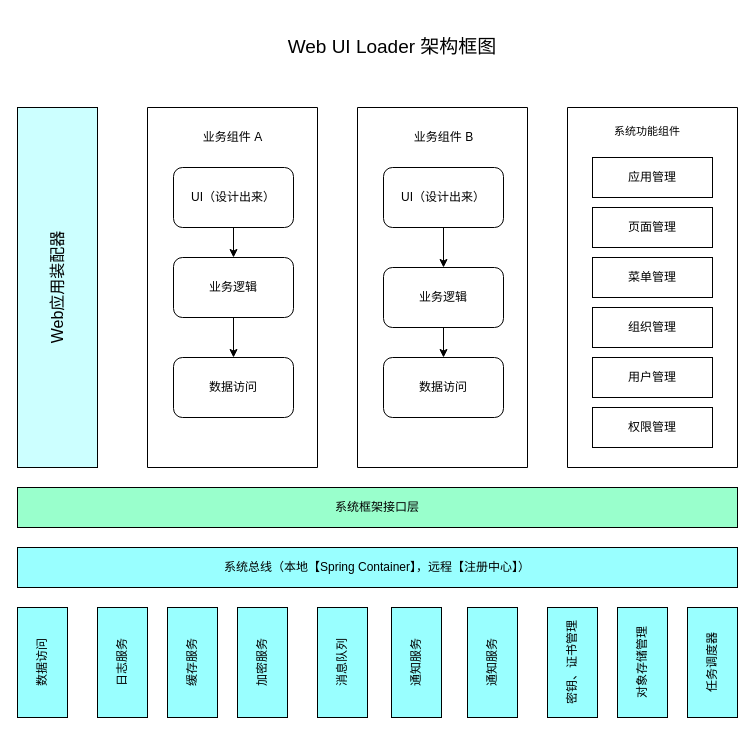
Before: project01/Untitled Diagram.drawio in wilson9898/firstgitproject, a draw.io diagram. Source tidied: cells renumbered, new cells numbered last; positions are measured from the earlier drawing's top-left corner, leaving out a move shared by most shapes. Both pictures are drawn from the tidied source at 100%, with x=0, y=0 at pixel (17, 17).
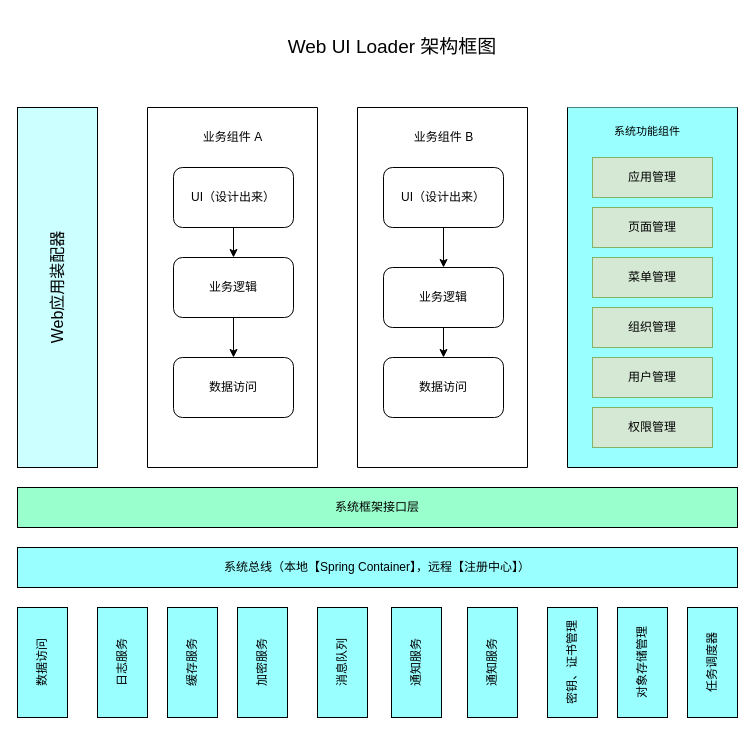
The same diagram, later.

Change to the diagram source:
```diff
@@
-    <mxCell id="19" style="swimlane;startSize=0;labelBackgroundColor=#ffffff;fillColor=#99FFFF;" parent="1" vertex="1">
+    <mxCell id="19" style="swimlane;startSize=0;labelBackgroundColor=#ffffff;fillColor=#99FFFF;swimlaneFillColor=#99FFFF;" parent="1" vertex="1">
       <mxGeometry x="550" y="90" width="170" height="360" as="geometry" />
     </mxCell>
-    <mxCell id="20" value="用户管理" style="rounded=0;whiteSpace=wrap;html=1;" parent="19" vertex="1">
+    <mxCell id="20" value="用户管理" style="rounded=0;whiteSpace=wrap;html=1;fillColor=#d5e8d4;strokeColor=#82b366;" parent="19" vertex="1">
       <mxGeometry x="25" y="250" width="120" height="40" as="geometry" />
     </mxCell>
-    <mxCell id="21" value="组织管理" style="rounded=0;whiteSpace=wrap;html=1;" parent="19" vertex="1">
+    <mxCell id="21" value="组织管理" style="rounded=0;whiteSpace=wrap;html=1;fillColor=#d5e8d4;strokeColor=#82b366;" parent="19" vertex="1">
       <mxGeometry x="25" y="200" width="120" height="40" as="geometry" />
     </mxCell>
-    <mxCell id="22" value="权限管理" style="rounded=0;whiteSpace=wrap;html=1;" parent="19" vertex="1">
+    <mxCell id="22" value="权限管理" style="rounded=0;whiteSpace=wrap;html=1;fillColor=#d5e8d4;strokeColor=#82b366;" parent="19" vertex="1">
       <mxGeometry x="25" y="300" width="120" height="40" as="geometry" />
     </mxCell>
@@
-    <mxCell id="24" value="页面管理" style="rounded=0;whiteSpace=wrap;html=1;" parent="19" vertex="1">
+    <mxCell id="24" value="页面管理" style="rounded=0;whiteSpace=wrap;html=1;fillColor=#d5e8d4;strokeColor=#82b366;" parent="19" vertex="1">
       <mxGeometry x="25" y="100" width="120" height="40" as="geometry" />
     </mxCell>
-    <mxCell id="25" value="菜单管理" style="rounded=0;whiteSpace=wrap;html=1;" parent="19" vertex="1">
+    <mxCell id="25" value="菜单管理" style="rounded=0;whiteSpace=wrap;html=1;fillColor=#d5e8d4;strokeColor=#82b366;" parent="19" vertex="1">
       <mxGeometry x="25" y="150" width="120" height="40" as="geometry" />
     </mxCell>
-    <mxCell id="26" value="应用管理" style="rounded=0;whiteSpace=wrap;html=1;" parent="19" vertex="1">
+    <mxCell id="26" value="应用管理" style="rounded=0;whiteSpace=wrap;html=1;fillColor=#d5e8d4;strokeColor=#82b366;" parent="19" vertex="1">
       <mxGeometry x="25" y="50" width="120" height="40" as="geometry" />
     </mxCell>
```
